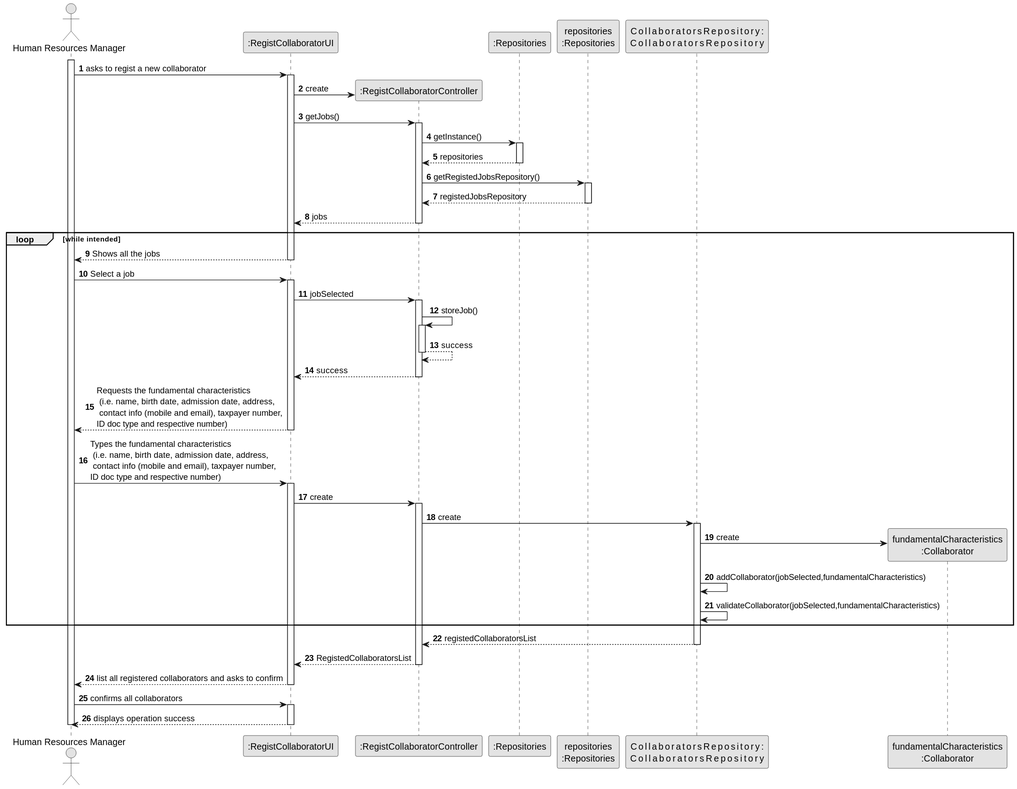
Before: docs/sprint2/us003/03.design/svg/us003-sequence-diagram-full.svg, a diagram exported from PlantUML (1231360-ISEP/lei-24-s2-1db-g021). Its diagram source:
```plantuml
@startuml
skinparam monochrome true
skinparam packageStyle rectangle
skinparam shadowing false

autonumber

actor "Human Resources Manager" as ADM
participant ":RegistCollaboratorUI" as UI
participant ":RegistCollaboratorController" as CTRL
participant ":Repositories" as RepositorySingleton
participant "repositories\n:Repositories" as PLAT
participant "registedCollaboratorsRepository:\nRegistedCollaboratorsRepository" as RegistedCollaboratorsRepository
participant "fundamentalCharacteristics\n:Collaborator" as Data

activate ADM

        ADM -> UI : asks to regist a new collaborator

        activate UI

            UI -> CTRL** : create

            UI -> CTRL : getJobs()
            activate CTRL

                CTRL -> RepositorySingleton : getInstance()
                activate RepositorySingleton

                    RepositorySingleton --> CTRL: repositories
                deactivate RepositorySingleton

                CTRL -> PLAT : getRegistedJobsRepository()
                activate PLAT

                    PLAT --> CTRL: registedJobsRepository
                deactivate PLAT

                CTRL --> UI : jobs
            deactivate CTRL
        loop while intended
            UI --> ADM : Shows all the jobs
        deactivate UI

    ADM -> UI : Select a job
    activate UI

            UI -> CTRL : jobSelected
                activate CTRL
                CTRL -> CTRL : storeJob()

                activate CTRL
                    CTRL --> CTRL : success
                deactivate CTRL

                CTRL --> UI : success
            deactivate CTRL

            UI --> ADM : Requests the fundamental characteristics\n (i.e. name, birth date, admission date, address,\n contact info (mobile and email), taxpayer number,\nID doc type and respective number)
        deactivate UI

    ADM -> UI : Types the fundamental characteristics\n (i.e. name, birth date, admission date, address,\n contact info (mobile and email), taxpayer number,\nID doc type and respective number)
    activate UI
        UI -> CTRL: create

        activate CTRL
            CTRL -> RegistedCollaboratorsRepository : create

            activate RegistedCollaboratorsRepository
                RegistedCollaboratorsRepository -> Data**: create
                RegistedCollaboratorsRepository -> RegistedCollaboratorsRepository: addCollaborator(jobSelected,fundamentalCharacteristics)
                RegistedCollaboratorsRepository -> RegistedCollaboratorsRepository: validateCollaborator(jobSelected,fundamentalCharacteristics)
        end
                RegistedCollaboratorsRepository --> CTRL : registedCollaboratorsList
            deactivate RegistedCollaboratorsRepository

            CTRL --> UI : RegistedCollaboratorsList

        deactivate CTRL

        UI --> ADM : list all registered collaborators and asks to confirm

    deactivate UI

    ADM -> UI : confirms all collaborators

    activate UI
    UI --> ADM : displays operation success
    deactivate UI

deactivate ADM
@enduml
```
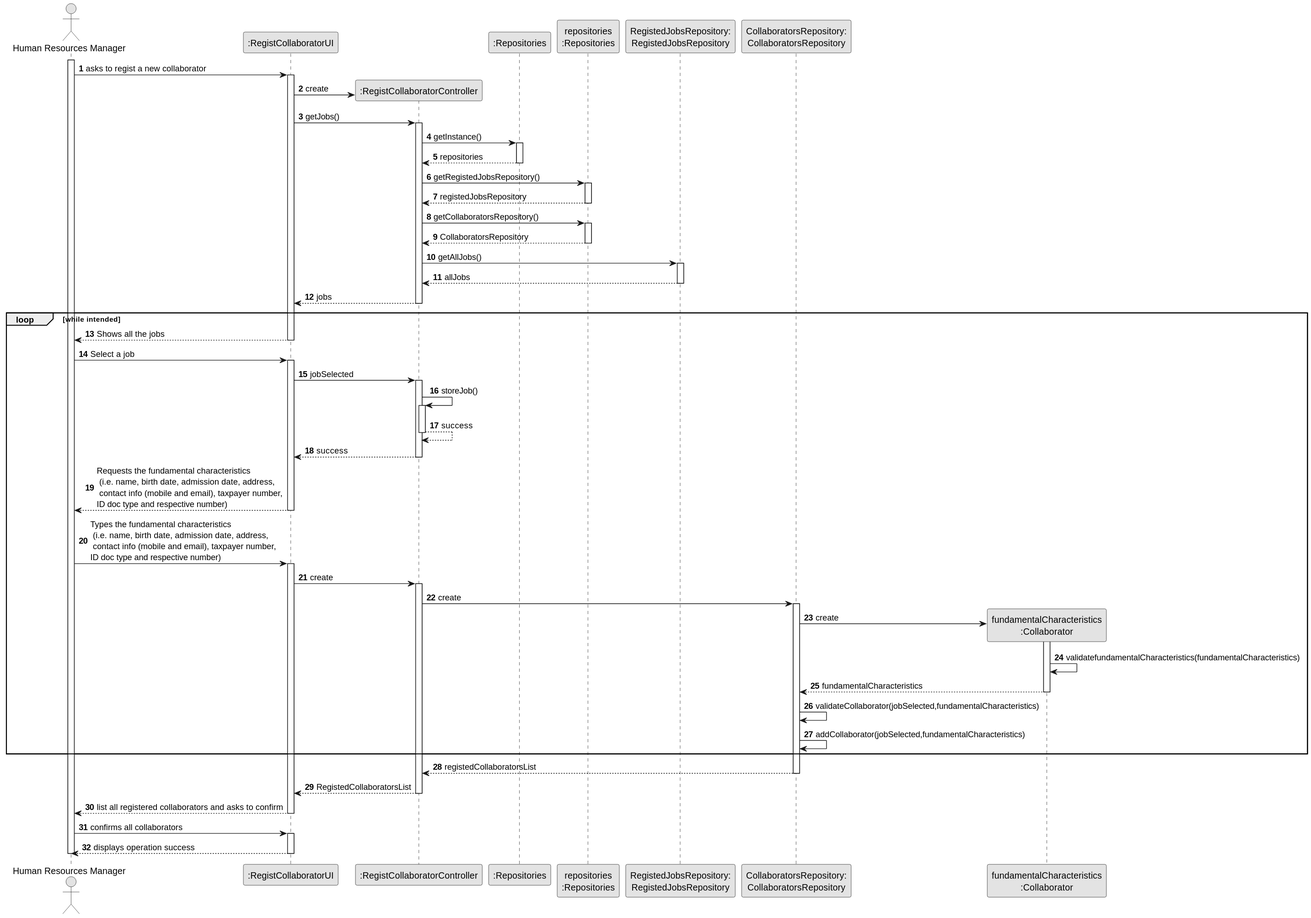
After the commit.

Change to the diagram source:
```diff
@@ -10,7 +10,8 @@
 participant ":RegistCollaboratorController" as CTRL
 participant ":Repositories" as RepositorySingleton
 participant "repositories\n:Repositories" as PLAT
-participant "registedCollaboratorsRepository:\nRegistedCollaboratorsRepository" as RegistedCollaboratorsRepository
+participant "RegistedJobsRepository:\nRegistedJobsRepository" as RegistedJobsRepository
+participant "CollaboratorsRepository:\nCollaboratorsRepository" as CollaboratorsRepository
 participant "fundamentalCharacteristics\n:Collaborator" as Data
 
 activate ADM
@@ -35,6 +36,17 @@
 
                     PLAT --> CTRL: registedJobsRepository
                 deactivate PLAT
+
+                CTRL -> PLAT : getCollaboratorsRepository()
+                activate PLAT
+
+                PLAT --> CTRL: CollaboratorsRepository
+                deactivate PLAT
+
+                CTRL -> RegistedJobsRepository : getAllJobs()
+                activate RegistedJobsRepository
+                    RegistedJobsRepository --> CTRL : allJobs
+                deactivate RegistedJobsRepository
 
                 CTRL --> UI : jobs
             deactivate CTRL
@@ -64,15 +76,21 @@
         UI -> CTRL: create
 
         activate CTRL
-            CTRL -> RegistedCollaboratorsRepository : create
+            CTRL -> CollaboratorsRepository : create
 
-            activate RegistedCollaboratorsRepository
-                RegistedCollaboratorsRepository -> Data**: create
-                RegistedCollaboratorsRepository -> RegistedCollaboratorsRepository: addCollaborator(jobSelected,fundamentalCharacteristics)
-                RegistedCollaboratorsRepository -> RegistedCollaboratorsRepository: validateCollaborator(jobSelected,fundamentalCharacteristics)
+            activate CollaboratorsRepository
+            CollaboratorsRepository -> Data**: create
+        activate Data
+
+        Data -> Data: validatefundamentalCharacteristics(fundamentalCharacteristics)
+
+        Data --> CollaboratorsRepository : fundamentalCharacteristics
+                    deactivate Data
+                                    CollaboratorsRepository -> CollaboratorsRepository: validateCollaborator(jobSelected,fundamentalCharacteristics)
+                CollaboratorsRepository -> CollaboratorsRepository: addCollaborator(jobSelected,fundamentalCharacteristics)
         end
-                RegistedCollaboratorsRepository --> CTRL : registedCollaboratorsList
-            deactivate RegistedCollaboratorsRepository
+                CollaboratorsRepository --> CTRL : registedCollaboratorsList
+            deactivate CollaboratorsRepository
 
             CTRL --> UI : RegistedCollaboratorsList
 
```
